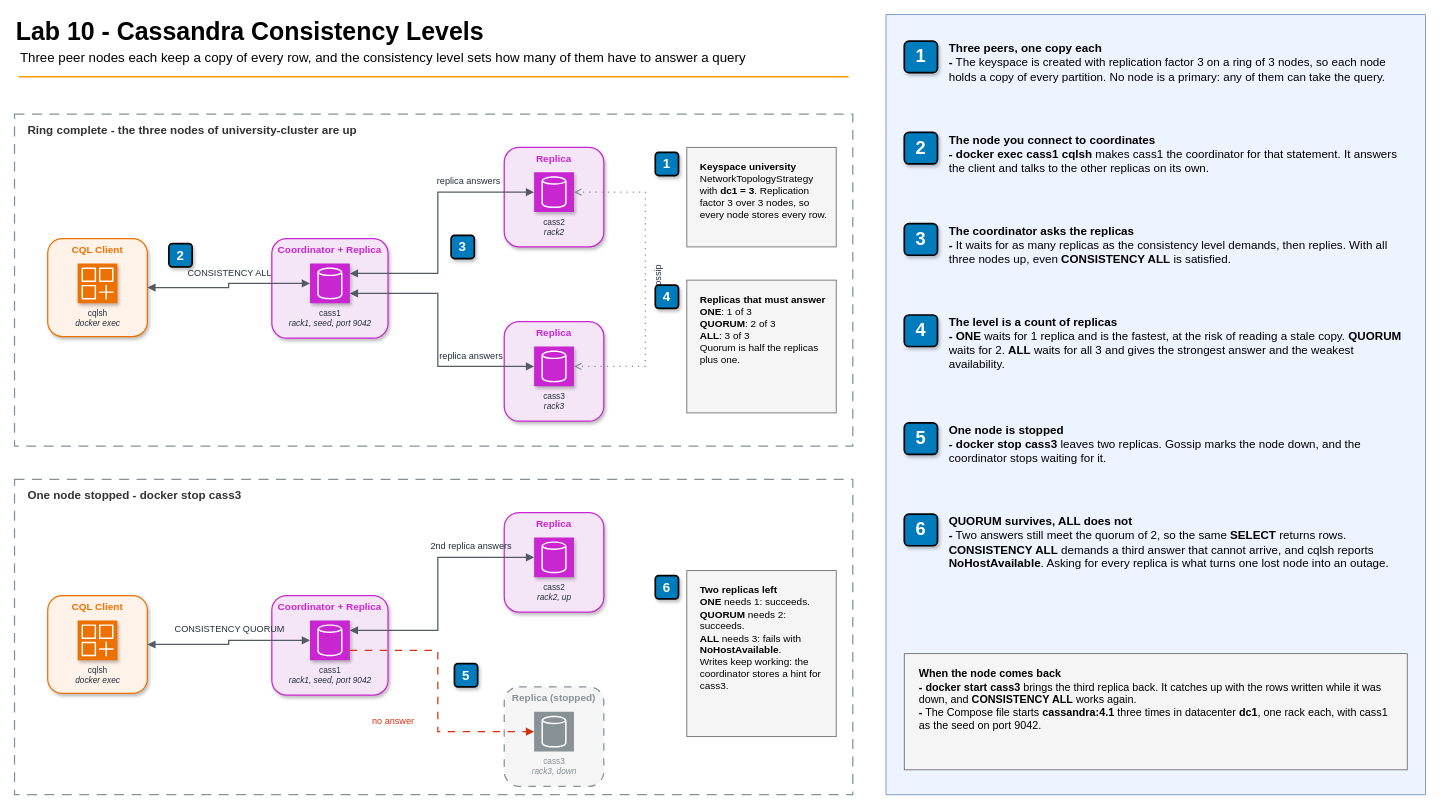
The draw.io diagram 10-databases/diagrams/lab10-cassandra-consistency.drawio in gamaware/system-design-course, before the edit. Source tidied: cells renumbered, new cells numbered last; positions are measured from the earlier drawing's top-left corner, leaving out a move shared by most shapes. Both pictures are drawn from the tidied source at 83%, with x=0, y=0 at pixel (14, 14).
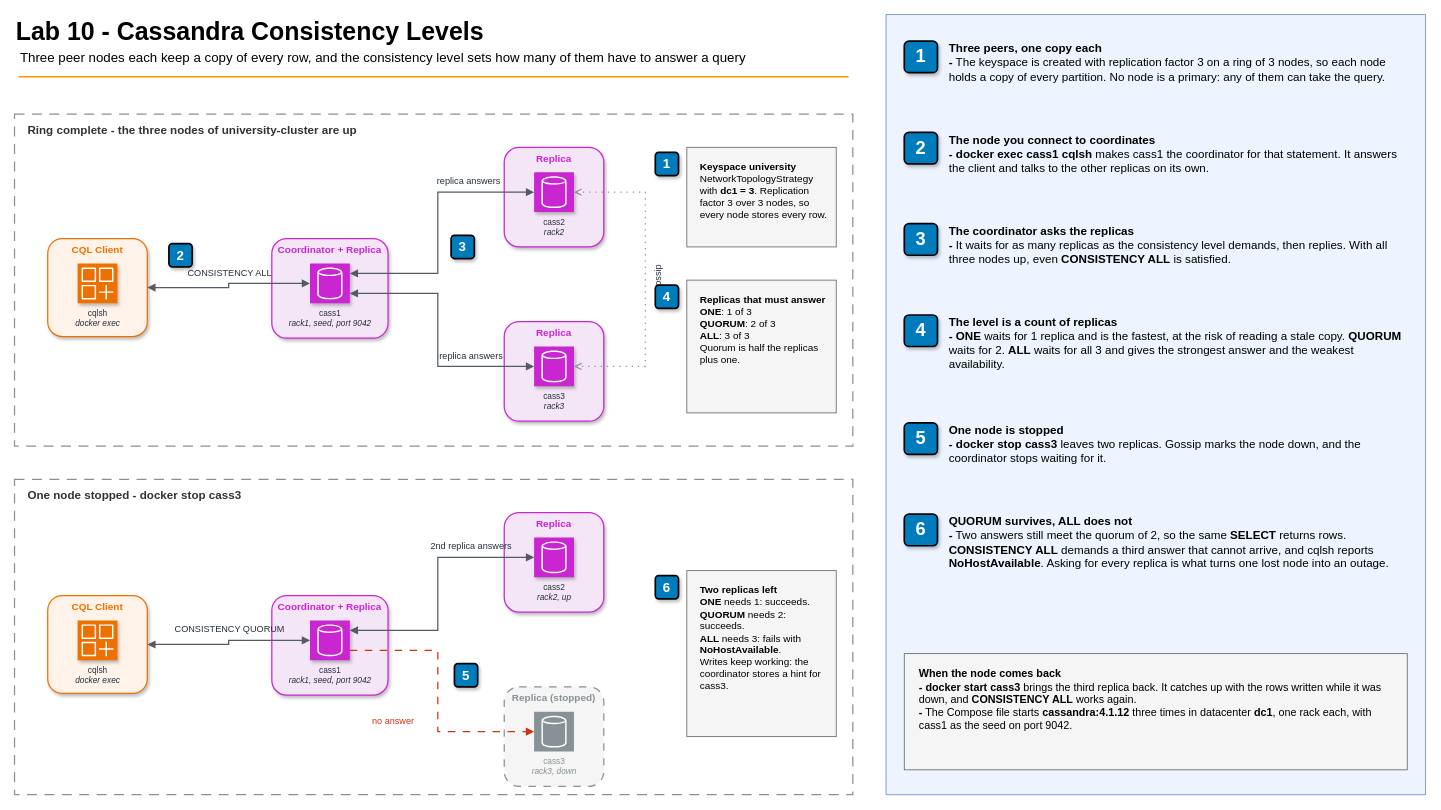
The same diagram, later.

What changed in the source:
```diff
@@
-    <mxCell id="64" value="&lt;div&gt;&lt;b&gt;When the node comes back&lt;/b&gt;&lt;/div&gt;&lt;div&gt;&lt;span style=&quot;color: light-dark(rgb(0,0,0), rgb(255,255,255));&quot;&gt;&lt;b&gt;-&lt;/b&gt; &lt;b&gt;docker start cass3&lt;/b&gt; brings the third replica back. It catches up with the rows written while it was down, and &lt;b&gt;CONSISTENCY ALL&lt;/b&gt; works again.&lt;/span&gt;&lt;/div&gt;&lt;div&gt;&lt;span style=&quot;color: light-dark(rgb(0,0,0), rgb(255,255,255));&quot;&gt;&lt;b&gt;-&lt;/b&gt; The Compose file starts &lt;b&gt;cassandra:4.1&lt;/b&gt; three times in datacenter &lt;b&gt;dc1&lt;/b&gt;, one rack each, with cass1 as the seed on port 9042.&lt;/span&gt;&lt;/div&gt;" style="text;html=1;align=left;verticalAlign=top;spacingTop=2;spacingLeft=6;fontSize=13;labelBackgroundColor=none;whiteSpace=wrap;fontFamily=Helvetica;" parent="1" vertex="1">
+    <mxCell id="64" value="&lt;div&gt;&lt;b&gt;When the node comes back&lt;/b&gt;&lt;/div&gt;&lt;div&gt;&lt;span style=&quot;color: light-dark(rgb(0,0,0), rgb(255,255,255));&quot;&gt;&lt;b&gt;-&lt;/b&gt; &lt;b&gt;docker start cass3&lt;/b&gt; brings the third replica back. It catches up with the rows written while it was down, and &lt;b&gt;CONSISTENCY ALL&lt;/b&gt; works again.&lt;/span&gt;&lt;/div&gt;&lt;div&gt;&lt;span style=&quot;color: light-dark(rgb(0,0,0), rgb(255,255,255));&quot;&gt;&lt;b&gt;-&lt;/b&gt; The Compose file starts &lt;b&gt;cassandra:4.1.12&lt;/b&gt; three times in datacenter &lt;b&gt;dc1&lt;/b&gt;, one rack each, with cass1 as the seed on port 9042.&lt;/span&gt;&lt;/div&gt;" style="text;html=1;align=left;verticalAlign=top;spacingTop=2;spacingLeft=6;fontSize=13;labelBackgroundColor=none;whiteSpace=wrap;fontFamily=Helvetica;" parent="1" vertex="1">
       <mxGeometry x="1082" y="778" width="586" height="124" as="geometry" />
     </mxCell>
```
